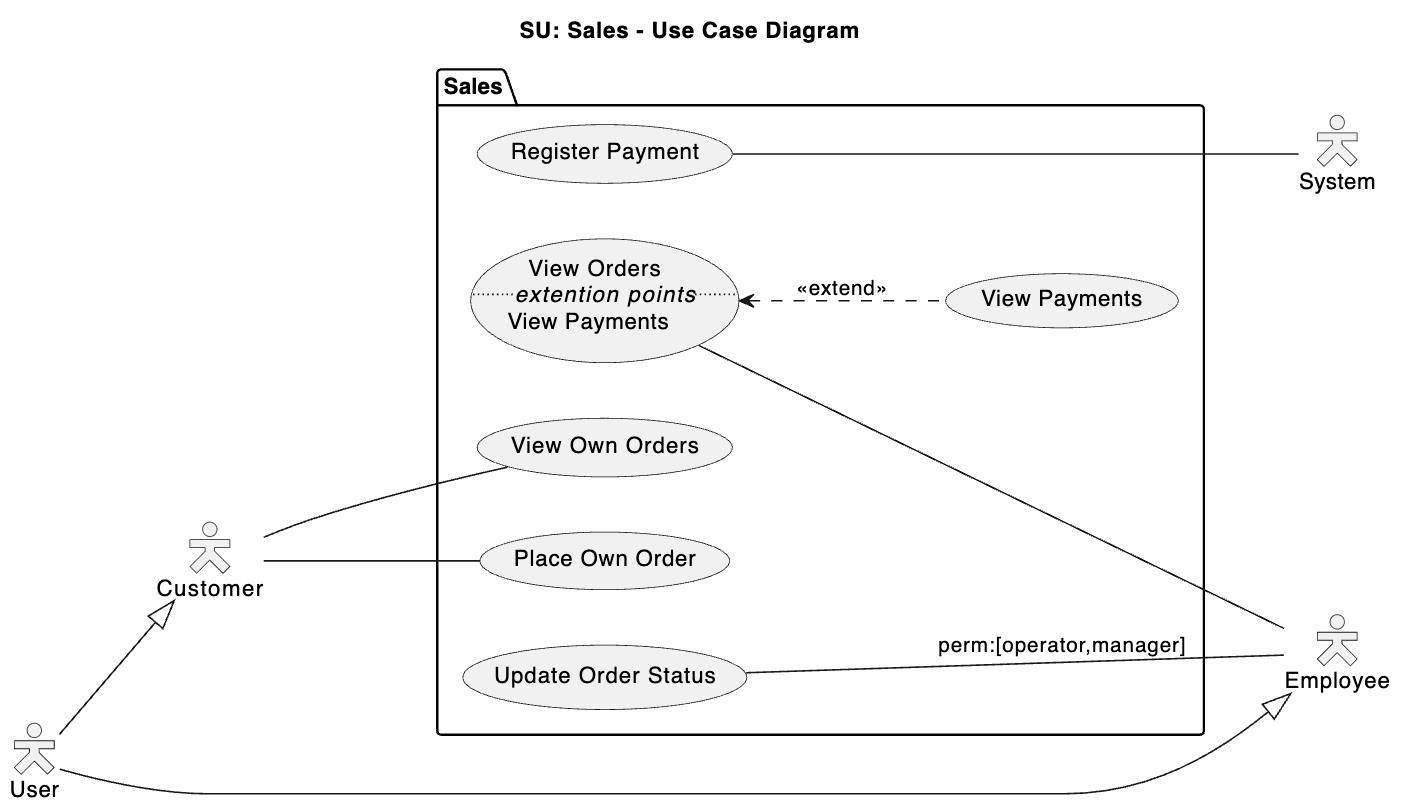
This is docs/diagrams/exports/use-case-sales.png from draganovik/matterway, a PlantUML export, as it was before one commit. Its source is kept beside it as docs/diagrams/use-case-sales.puml.
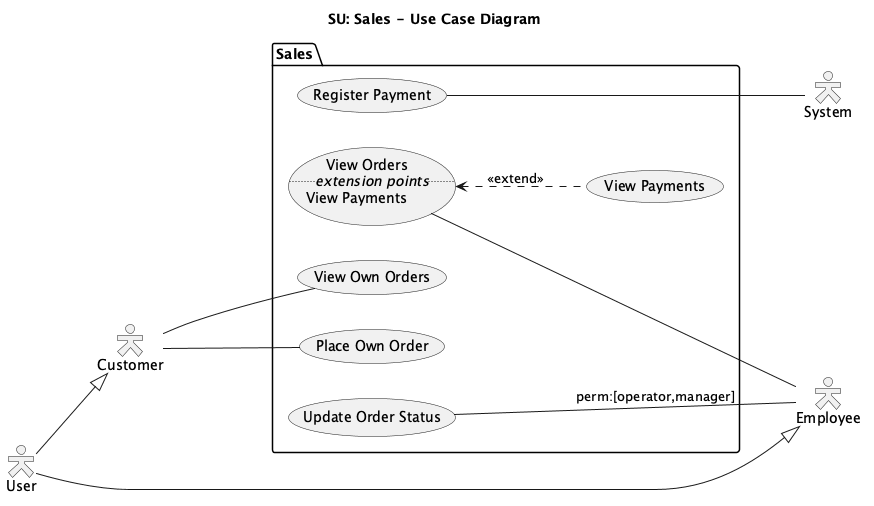
The same diagram one commit later.

Change to the diagram source:
```diff
@@ -18,7 +18,7 @@
   usecase viewOwnOrders as "View Own Orders"
 
   usecase viewOrders as "View Orders
-                         ..<i>extention points</i>..
+                         ..<i>extension points</i>..
                          View Payments"
   usecase viewPayments as "View Payments"
   usecase updateOrderStatus as "Update Order Status"
```
